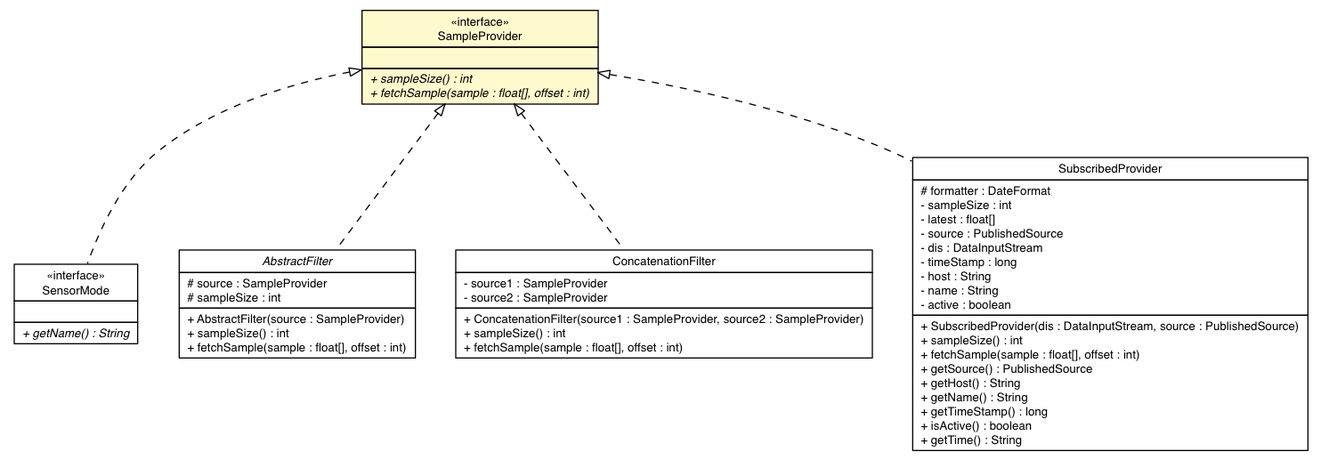
Above: docs/api/lejos/robotics/SampleProvider.png in ev3dev-lang-java/ev3dev-lang-java (Graphviz), before the change. Its source is kept beside it as docs/api/lejos/robotics/SampleProvider.dot. The source it was exported from:
```dot

digraph G {
	edge [fontname="Helvetica",fontsize=10,labelfontname="Helvetica",labelfontsize=10];
	node [fontname="Helvetica",fontsize=10,shape=plaintext];
	nodesep=0.25;
	ranksep=0.5;
	c6104 [label=<<table title="ev3dev.hardware.sensors.SensorMode" border="0" cellborder="1" cellspacing="0" cellpadding="2" port="p" href="../../ev3dev/hardware/sensors/SensorMode.html">
		<tr><td><table border="0" cellspacing="0" cellpadding="1">
<tr><td align="center" balign="center"> &#171;interface&#187; </td></tr>
<tr><td align="center" balign="center"> SensorMode </td></tr>
		</table></td></tr>
		<tr><td><table border="0" cellspacing="0" cellpadding="1">
<tr><td align="left" balign="left">  </td></tr>
		</table></td></tr>
		<tr><td><table border="0" cellspacing="0" cellpadding="1">
<tr><td align="left" balign="left"><font face="Helvetica-Oblique" point-size="10.0"> + getName() : String </font></td></tr>
		</table></td></tr>
		</table>>, URL="../../ev3dev/hardware/sensors/SensorMode.html", fontname="Helvetica", fontcolor="black", fontsize=10.0];
	c6134 [label=<<table title="lejos.robotics.SampleProvider" border="0" cellborder="1" cellspacing="0" cellpadding="2" port="p" bgcolor="lemonChiffon" href="./SampleProvider.html">
		<tr><td><table border="0" cellspacing="0" cellpadding="1">
<tr><td align="center" balign="center"> &#171;interface&#187; </td></tr>
<tr><td align="center" balign="center"> SampleProvider </td></tr>
		</table></td></tr>
		<tr><td><table border="0" cellspacing="0" cellpadding="1">
<tr><td align="left" balign="left">  </td></tr>
		</table></td></tr>
		<tr><td><table border="0" cellspacing="0" cellpadding="1">
<tr><td align="left" balign="left"><font face="Helvetica-Oblique" point-size="10.0"> + sampleSize() : int </font></td></tr>
<tr><td align="left" balign="left"><font face="Helvetica-Oblique" point-size="10.0"> + fetchSample(sample : float[], offset : int) </font></td></tr>
		</table></td></tr>
		</table>>, URL="./SampleProvider.html", fontname="Helvetica", fontcolor="black", fontsize=10.0];
	c6138 [label=<<table title="lejos.robotics.filter.AbstractFilter" border="0" cellborder="1" cellspacing="0" cellpadding="2" port="p" href="./filter/AbstractFilter.html">
		<tr><td><table border="0" cellspacing="0" cellpadding="1">
<tr><td align="center" balign="center"><font face="Helvetica-Oblique"> AbstractFilter </font></td></tr>
		</table></td></tr>
		<tr><td><table border="0" cellspacing="0" cellpadding="1">
<tr><td align="left" balign="left"> # source : SampleProvider </td></tr>
<tr><td align="left" balign="left"> # sampleSize : int </td></tr>
		</table></td></tr>
		<tr><td><table border="0" cellspacing="0" cellpadding="1">
<tr><td align="left" balign="left"> + AbstractFilter(source : SampleProvider) </td></tr>
<tr><td align="left" balign="left"> + sampleSize() : int </td></tr>
<tr><td align="left" balign="left"> + fetchSample(sample : float[], offset : int) </td></tr>
		</table></td></tr>
		</table>>, URL="./filter/AbstractFilter.html", fontname="Helvetica", fontcolor="black", fontsize=10.0];
	c6139 [label=<<table title="lejos.robotics.filter.ConcatenationFilter" border="0" cellborder="1" cellspacing="0" cellpadding="2" port="p" href="./filter/ConcatenationFilter.html">
		<tr><td><table border="0" cellspacing="0" cellpadding="1">
<tr><td align="center" balign="center"> ConcatenationFilter </td></tr>
		</table></td></tr>
		<tr><td><table border="0" cellspacing="0" cellpadding="1">
<tr><td align="left" balign="left"> - source1 : SampleProvider </td></tr>
<tr><td align="left" balign="left"> - source2 : SampleProvider </td></tr>
		</table></td></tr>
		<tr><td><table border="0" cellspacing="0" cellpadding="1">
<tr><td align="left" balign="left"> + ConcatenationFilter(source1 : SampleProvider, source2 : SampleProvider) </td></tr>
<tr><td align="left" balign="left"> + sampleSize() : int </td></tr>
<tr><td align="left" balign="left"> + fetchSample(sample : float[], offset : int) </td></tr>
		</table></td></tr>
		</table>>, URL="./filter/ConcatenationFilter.html", fontname="Helvetica", fontcolor="black", fontsize=10.0];
	c6156 [label=<<table title="lejos.robotics.filter.SubscribedProvider" border="0" cellborder="1" cellspacing="0" cellpadding="2" port="p" href="./filter/SubscribedProvider.html">
		<tr><td><table border="0" cellspacing="0" cellpadding="1">
<tr><td align="center" balign="center"> SubscribedProvider </td></tr>
		</table></td></tr>
		<tr><td><table border="0" cellspacing="0" cellpadding="1">
<tr><td align="left" balign="left"> # formatter : DateFormat </td></tr>
<tr><td align="left" balign="left"> - sampleSize : int </td></tr>
<tr><td align="left" balign="left"> - latest : float[] </td></tr>
<tr><td align="left" balign="left"> - source : PublishedSource </td></tr>
<tr><td align="left" balign="left"> - dis : DataInputStream </td></tr>
<tr><td align="left" balign="left"> - timeStamp : long </td></tr>
<tr><td align="left" balign="left"> - host : String </td></tr>
<tr><td align="left" balign="left"> - name : String </td></tr>
<tr><td align="left" balign="left"> - active : boolean </td></tr>
		</table></td></tr>
		<tr><td><table border="0" cellspacing="0" cellpadding="1">
<tr><td align="left" balign="left"> + SubscribedProvider(dis : DataInputStream, source : PublishedSource) </td></tr>
<tr><td align="left" balign="left"> + sampleSize() : int </td></tr>
<tr><td align="left" balign="left"> + fetchSample(sample : float[], offset : int) </td></tr>
<tr><td align="left" balign="left"> + getSource() : PublishedSource </td></tr>
<tr><td align="left" balign="left"> + getHost() : String </td></tr>
<tr><td align="left" balign="left"> + getName() : String </td></tr>
<tr><td align="left" balign="left"> + getTimeStamp() : long </td></tr>
<tr><td align="left" balign="left"> + isActive() : boolean </td></tr>
<tr><td align="left" balign="left"> + getTime() : String </td></tr>
		</table></td></tr>
		</table>>, URL="./filter/SubscribedProvider.html", fontname="Helvetica", fontcolor="black", fontsize=10.0];
	c6134:p -> c6104:p [dir=back,arrowtail=empty,style=dashed];
	c6134:p -> c6138:p [dir=back,arrowtail=empty,style=dashed];
	c6134:p -> c6139:p [dir=back,arrowtail=empty,style=dashed];
	c6134:p -> c6156:p [dir=back,arrowtail=empty,style=dashed];
}
```
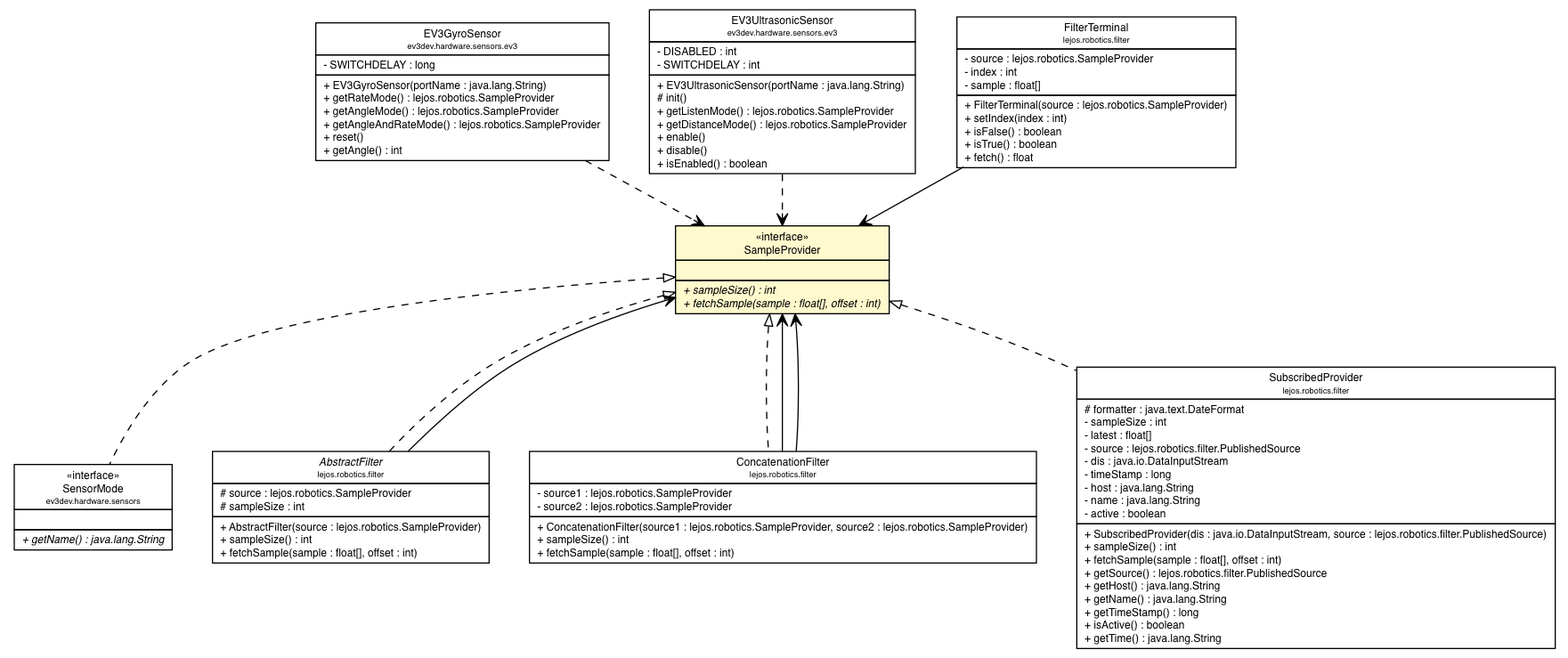
After the change.

Change to the diagram source:
```diff
@@ -4,19 +4,56 @@
 	node [fontname="Helvetica",fontsize=10,shape=plaintext];
 	nodesep=0.25;
 	ranksep=0.5;
-	c6104 [label=<<table title="ev3dev.hardware.sensors.SensorMode" border="0" cellborder="1" cellspacing="0" cellpadding="2" port="p" href="../../ev3dev/hardware/sensors/SensorMode.html">
+	c6105 [label=<<table title="ev3dev.hardware.sensors.SensorMode" border="0" cellborder="1" cellspacing="0" cellpadding="2" port="p" href="../../ev3dev/hardware/sensors/SensorMode.html">
 		<tr><td><table border="0" cellspacing="0" cellpadding="1">
 <tr><td align="center" balign="center"> &#171;interface&#187; </td></tr>
 <tr><td align="center" balign="center"> SensorMode </td></tr>
+<tr><td align="center" balign="center"><font point-size="7.0"> ev3dev.hardware.sensors </font></td></tr>
 		</table></td></tr>
 		<tr><td><table border="0" cellspacing="0" cellpadding="1">
 <tr><td align="left" balign="left">  </td></tr>
 		</table></td></tr>
 		<tr><td><table border="0" cellspacing="0" cellpadding="1">
-<tr><td align="left" balign="left"><font face="Helvetica-Oblique" point-size="10.0"> + getName() : String </font></td></tr>
+<tr><td align="left" balign="left"><font face="Helvetica-Oblique" point-size="9.0"> + getName() : java.lang.String </font></td></tr>
 		</table></td></tr>
-		</table>>, URL="../../ev3dev/hardware/sensors/SensorMode.html", fontname="Helvetica", fontcolor="black", fontsize=10.0];
-	c6134 [label=<<table title="lejos.robotics.SampleProvider" border="0" cellborder="1" cellspacing="0" cellpadding="2" port="p" bgcolor="lemonChiffon" href="./SampleProvider.html">
+		</table>>, URL="../../ev3dev/hardware/sensors/SensorMode.html", fontname="Helvetica", fontcolor="black", fontsize=9.0];
+	c6113 [label=<<table title="ev3dev.hardware.sensors.ev3.EV3GyroSensor" border="0" cellborder="1" cellspacing="0" cellpadding="2" port="p" href="../../ev3dev/hardware/sensors/ev3/EV3GyroSensor.html">
+		<tr><td><table border="0" cellspacing="0" cellpadding="1">
+<tr><td align="center" balign="center"> EV3GyroSensor </td></tr>
+<tr><td align="center" balign="center"><font point-size="7.0"> ev3dev.hardware.sensors.ev3 </font></td></tr>
+		</table></td></tr>
+		<tr><td><table border="0" cellspacing="0" cellpadding="1">
+<tr><td align="left" balign="left"> - SWITCHDELAY : long </td></tr>
+		</table></td></tr>
+		<tr><td><table border="0" cellspacing="0" cellpadding="1">
+<tr><td align="left" balign="left"> + EV3GyroSensor(portName : java.lang.String) </td></tr>
+<tr><td align="left" balign="left"> + getRateMode() : lejos.robotics.SampleProvider </td></tr>
+<tr><td align="left" balign="left"> + getAngleMode() : lejos.robotics.SampleProvider </td></tr>
+<tr><td align="left" balign="left"> + getAngleAndRateMode() : lejos.robotics.SampleProvider </td></tr>
+<tr><td align="left" balign="left"> + reset() </td></tr>
+<tr><td align="left" balign="left"> + getAngle() : int </td></tr>
+		</table></td></tr>
+		</table>>, URL="../../ev3dev/hardware/sensors/ev3/EV3GyroSensor.html", fontname="Helvetica", fontcolor="black", fontsize=9.0];
+	c6121 [label=<<table title="ev3dev.hardware.sensors.ev3.EV3UltrasonicSensor" border="0" cellborder="1" cellspacing="0" cellpadding="2" port="p" href="../../ev3dev/hardware/sensors/ev3/EV3UltrasonicSensor.html">
+		<tr><td><table border="0" cellspacing="0" cellpadding="1">
+<tr><td align="center" balign="center"> EV3UltrasonicSensor </td></tr>
+<tr><td align="center" balign="center"><font point-size="7.0"> ev3dev.hardware.sensors.ev3 </font></td></tr>
+		</table></td></tr>
+		<tr><td><table border="0" cellspacing="0" cellpadding="1">
+<tr><td align="left" balign="left"> - DISABLED : int </td></tr>
+<tr><td align="left" balign="left"> - SWITCHDELAY : int </td></tr>
+		</table></td></tr>
+		<tr><td><table border="0" cellspacing="0" cellpadding="1">
+<tr><td align="left" balign="left"> + EV3UltrasonicSensor(portName : java.lang.String) </td></tr>
+<tr><td align="left" balign="left"> # init() </td></tr>
+<tr><td align="left" balign="left"> + getListenMode() : lejos.robotics.SampleProvider </td></tr>
+<tr><td align="left" balign="left"> + getDistanceMode() : lejos.robotics.SampleProvider </td></tr>
+<tr><td align="left" balign="left"> + enable() </td></tr>
+<tr><td align="left" balign="left"> + disable() </td></tr>
+<tr><td align="left" balign="left"> + isEnabled() : boolean </td></tr>
+		</table></td></tr>
+		</table>>, URL="../../ev3dev/hardware/sensors/ev3/EV3UltrasonicSensor.html", fontname="Helvetica", fontcolor="black", fontsize=9.0];
+	c6135 [label=<<table title="lejos.robotics.SampleProvider" border="0" cellborder="1" cellspacing="0" cellpadding="2" port="p" bgcolor="lemonChiffon" href="./SampleProvider.html">
 		<tr><td><table border="0" cellspacing="0" cellpadding="1">
 <tr><td align="center" balign="center"> &#171;interface&#187; </td></tr>
 <tr><td align="center" balign="center"> SampleProvider </td></tr>
@@ -25,67 +62,94 @@
 <tr><td align="left" balign="left">  </td></tr>
 		</table></td></tr>
 		<tr><td><table border="0" cellspacing="0" cellpadding="1">
-<tr><td align="left" balign="left"><font face="Helvetica-Oblique" point-size="10.0"> + sampleSize() : int </font></td></tr>
-<tr><td align="left" balign="left"><font face="Helvetica-Oblique" point-size="10.0"> + fetchSample(sample : float[], offset : int) </font></td></tr>
+<tr><td align="left" balign="left"><font face="Helvetica-Oblique" point-size="9.0"> + sampleSize() : int </font></td></tr>
+<tr><td align="left" balign="left"><font face="Helvetica-Oblique" point-size="9.0"> + fetchSample(sample : float[], offset : int) </font></td></tr>
 		</table></td></tr>
-		</table>>, URL="./SampleProvider.html", fontname="Helvetica", fontcolor="black", fontsize=10.0];
-	c6138 [label=<<table title="lejos.robotics.filter.AbstractFilter" border="0" cellborder="1" cellspacing="0" cellpadding="2" port="p" href="./filter/AbstractFilter.html">
+		</table>>, URL="./SampleProvider.html", fontname="Helvetica", fontcolor="black", fontsize=9.0];
+	c6139 [label=<<table title="lejos.robotics.filter.AbstractFilter" border="0" cellborder="1" cellspacing="0" cellpadding="2" port="p" href="./filter/AbstractFilter.html">
 		<tr><td><table border="0" cellspacing="0" cellpadding="1">
 <tr><td align="center" balign="center"><font face="Helvetica-Oblique"> AbstractFilter </font></td></tr>
+<tr><td align="center" balign="center"><font point-size="7.0"> lejos.robotics.filter </font></td></tr>
 		</table></td></tr>
 		<tr><td><table border="0" cellspacing="0" cellpadding="1">
-<tr><td align="left" balign="left"> # source : SampleProvider </td></tr>
+<tr><td align="left" balign="left"> # source : lejos.robotics.SampleProvider </td></tr>
 <tr><td align="left" balign="left"> # sampleSize : int </td></tr>
 		</table></td></tr>
 		<tr><td><table border="0" cellspacing="0" cellpadding="1">
-<tr><td align="left" balign="left"> + AbstractFilter(source : SampleProvider) </td></tr>
+<tr><td align="left" balign="left"> + AbstractFilter(source : lejos.robotics.SampleProvider) </td></tr>
 <tr><td align="left" balign="left"> + sampleSize() : int </td></tr>
 <tr><td align="left" balign="left"> + fetchSample(sample : float[], offset : int) </td></tr>
 		</table></td></tr>
-		</table>>, URL="./filter/AbstractFilter.html", fontname="Helvetica", fontcolor="black", fontsize=10.0];
-	c6139 [label=<<table title="lejos.robotics.filter.ConcatenationFilter" border="0" cellborder="1" cellspacing="0" cellpadding="2" port="p" href="./filter/ConcatenationFilter.html">
+		</table>>, URL="./filter/AbstractFilter.html", fontname="Helvetica", fontcolor="black", fontsize=9.0];
+	c6140 [label=<<table title="lejos.robotics.filter.ConcatenationFilter" border="0" cellborder="1" cellspacing="0" cellpadding="2" port="p" href="./filter/ConcatenationFilter.html">
 		<tr><td><table border="0" cellspacing="0" cellpadding="1">
 <tr><td align="center" balign="center"> ConcatenationFilter </td></tr>
+<tr><td align="center" balign="center"><font point-size="7.0"> lejos.robotics.filter </font></td></tr>
 		</table></td></tr>
 		<tr><td><table border="0" cellspacing="0" cellpadding="1">
-<tr><td align="left" balign="left"> - source1 : SampleProvider </td></tr>
-<tr><td align="left" balign="left"> - source2 : SampleProvider </td></tr>
+<tr><td align="left" balign="left"> - source1 : lejos.robotics.SampleProvider </td></tr>
+<tr><td align="left" balign="left"> - source2 : lejos.robotics.SampleProvider </td></tr>
 		</table></td></tr>
 		<tr><td><table border="0" cellspacing="0" cellpadding="1">
-<tr><td align="left" balign="left"> + ConcatenationFilter(source1 : SampleProvider, source2 : SampleProvider) </td></tr>
+<tr><td align="left" balign="left"> + ConcatenationFilter(source1 : lejos.robotics.SampleProvider, source2 : lejos.robotics.SampleProvider) </td></tr>
 <tr><td align="left" balign="left"> + sampleSize() : int </td></tr>
 <tr><td align="left" balign="left"> + fetchSample(sample : float[], offset : int) </td></tr>
 		</table></td></tr>
-		</table>>, URL="./filter/ConcatenationFilter.html", fontname="Helvetica", fontcolor="black", fontsize=10.0];
-	c6156 [label=<<table title="lejos.robotics.filter.SubscribedProvider" border="0" cellborder="1" cellspacing="0" cellpadding="2" port="p" href="./filter/SubscribedProvider.html">
+		</table>>, URL="./filter/ConcatenationFilter.html", fontname="Helvetica", fontcolor="black", fontsize=9.0];
+	c6141 [label=<<table title="lejos.robotics.filter.FilterTerminal" border="0" cellborder="1" cellspacing="0" cellpadding="2" port="p" href="./filter/FilterTerminal.html">
+		<tr><td><table border="0" cellspacing="0" cellpadding="1">
+<tr><td align="center" balign="center"> FilterTerminal </td></tr>
+<tr><td align="center" balign="center"><font point-size="7.0"> lejos.robotics.filter </font></td></tr>
+		</table></td></tr>
+		<tr><td><table border="0" cellspacing="0" cellpadding="1">
+<tr><td align="left" balign="left"> - source : lejos.robotics.SampleProvider </td></tr>
+<tr><td align="left" balign="left"> - index : int </td></tr>
+<tr><td align="left" balign="left"> - sample : float[] </td></tr>
+		</table></td></tr>
+		<tr><td><table border="0" cellspacing="0" cellpadding="1">
+<tr><td align="left" balign="left"> + FilterTerminal(source : lejos.robotics.SampleProvider) </td></tr>
+<tr><td align="left" balign="left"> + setIndex(index : int) </td></tr>
+<tr><td align="left" balign="left"> + isFalse() : boolean </td></tr>
+<tr><td align="left" balign="left"> + isTrue() : boolean </td></tr>
+<tr><td align="left" balign="left"> + fetch() : float </td></tr>
+		</table></td></tr>
+		</table>>, URL="./filter/FilterTerminal.html", fontname="Helvetica", fontcolor="black", fontsize=9.0];
+	c6157 [label=<<table title="lejos.robotics.filter.SubscribedProvider" border="0" cellborder="1" cellspacing="0" cellpadding="2" port="p" href="./filter/SubscribedProvider.html">
 		<tr><td><table border="0" cellspacing="0" cellpadding="1">
 <tr><td align="center" balign="center"> SubscribedProvider </td></tr>
+<tr><td align="center" balign="center"><font point-size="7.0"> lejos.robotics.filter </font></td></tr>
 		</table></td></tr>
 		<tr><td><table border="0" cellspacing="0" cellpadding="1">
-<tr><td align="left" balign="left"> # formatter : DateFormat </td></tr>
+<tr><td align="left" balign="left"> # formatter : java.text.DateFormat </td></tr>
 <tr><td align="left" balign="left"> - sampleSize : int </td></tr>
 <tr><td align="left" balign="left"> - latest : float[] </td></tr>
-<tr><td align="left" balign="left"> - source : PublishedSource </td></tr>
-<tr><td align="left" balign="left"> - dis : DataInputStream </td></tr>
+<tr><td align="left" balign="left"> - source : lejos.robotics.filter.PublishedSource </td></tr>
+<tr><td align="left" balign="left"> - dis : java.io.DataInputStream </td></tr>
 <tr><td align="left" balign="left"> - timeStamp : long </td></tr>
-<tr><td align="left" balign="left"> - host : String </td></tr>
-<tr><td align="left" balign="left"> - name : String </td></tr>
+<tr><td align="left" balign="left"> - host : java.lang.String </td></tr>
+<tr><td align="left" balign="left"> - name : java.lang.String </td></tr>
 <tr><td align="left" balign="left"> - active : boolean </td></tr>
 		</table></td></tr>
 		<tr><td><table border="0" cellspacing="0" cellpadding="1">
-<tr><td align="left" balign="left"> + SubscribedProvider(dis : DataInputStream, source : PublishedSource) </td></tr>
+<tr><td align="left" balign="left"> + SubscribedProvider(dis : java.io.DataInputStream, source : lejos.robotics.filter.PublishedSource) </td></tr>
 <tr><td align="left" balign="left"> + sampleSize() : int </td></tr>
 <tr><td align="left" balign="left"> + fetchSample(sample : float[], offset : int) </td></tr>
-<tr><td align="left" balign="left"> + getSource() : PublishedSource </td></tr>
-<tr><td align="left" balign="left"> + getHost() : String </td></tr>
-<tr><td align="left" balign="left"> + getName() : String </td></tr>
+<tr><td align="left" balign="left"> + getSource() : lejos.robotics.filter.PublishedSource </td></tr>
+<tr><td align="left" balign="left"> + getHost() : java.lang.String </td></tr>
+<tr><td align="left" balign="left"> + getName() : java.lang.String </td></tr>
 <tr><td align="left" balign="left"> + getTimeStamp() : long </td></tr>
 <tr><td align="left" balign="left"> + isActive() : boolean </td></tr>
-<tr><td align="left" balign="left"> + getTime() : String </td></tr>
+<tr><td align="left" balign="left"> + getTime() : java.lang.String </td></tr>
 		</table></td></tr>
-		</table>>, URL="./filter/SubscribedProvider.html", fontname="Helvetica", fontcolor="black", fontsize=10.0];
-	c6134:p -> c6104:p [dir=back,arrowtail=empty,style=dashed];
-	c6134:p -> c6138:p [dir=back,arrowtail=empty,style=dashed];
-	c6134:p -> c6139:p [dir=back,arrowtail=empty,style=dashed];
-	c6134:p -> c6156:p [dir=back,arrowtail=empty,style=dashed];
+		</table>>, URL="./filter/SubscribedProvider.html", fontname="Helvetica", fontcolor="black", fontsize=9.0];
+	c6135:p -> c6105:p [dir=back,arrowtail=empty,style=dashed];
+	c6135:p -> c6139:p [dir=back,arrowtail=empty,style=dashed];
+	c6135:p -> c6140:p [dir=back,arrowtail=empty,style=dashed];
+	c6135:p -> c6157:p [dir=back,arrowtail=empty,style=dashed];
+	c6139:p -> c6135:p [taillabel="", label="", headlabel="", fontname="Helvetica", fontcolor="black", fontsize=10.0, color="black", arrowhead=open];
+	c6140:p -> c6135:p [taillabel="", label="", headlabel="", fontname="Helvetica", fontcolor="black", fontsize=10.0, color="black", arrowhead=open];
+	c6140:p -> c6135:p [taillabel="", label="", headlabel="", fontname="Helvetica", fontcolor="black", fontsize=10.0, color="black", arrowhead=open];
+	c6141:p -> c6135:p [taillabel="", label="", headlabel="", fontname="Helvetica", fontcolor="black", fontsize=10.0, color="black", arrowhead=open];
+	c6113:p -> c6135:p [taillabel="", label="", headlabel="", fontname="Helvetica", fontcolor="black", fontsize=10.0, color="black", arrowhead=open, style=dashed];
+	c6121:p -> c6135:p [taillabel="", label="", headlabel="", fontname="Helvetica", fontcolor="black", fontsize=10.0, color="black", arrowhead=open, style=dashed];
 }
```
